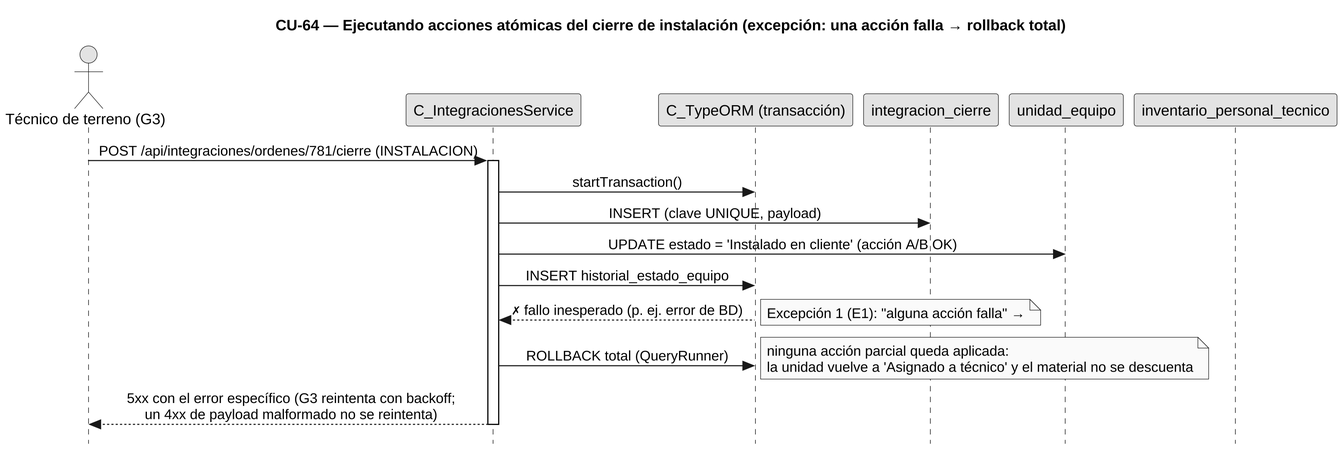
Earlier version of the PlantUML export diagramas/diagramas-secuencia/CU64/CU64-exc-fallo-accion.png (FSM-Finet-y-Cable-Magico/Team_1-Inventario-y-Bodega). Its diagram source:
```plantuml
@startuml CU64-exc-fallo-accion
skinparamlocked dpi 240
skinparamlocked defaultFontName Liberation Sans
skinparam sequenceDividerBorderThickness 0.6
skinparam sequenceDividerBorderColor 888888
skinparam sequenceDividerBackgroundColor white
skinparam sequenceDividerFontStyle italic
skinparam sequenceDividerFontColor 444444
skinparam sequenceDividerShadowing false
title CU-64 — Ejecutando acciones atómicas del cierre de instalación (excepción: una acción falla → rollback total)
skinparam style strictuml
skinparam monochrome true
skinparam shadowing false
skinparam sequenceMessageAlign center
<style>
sequenceDiagram {
  participant {
    margin 30
  }
  actor {
    margin 12
  }
}
</style>
skinparam sequence {
  MessageAlign center
  LifeLineBorderColor black
}
hide footbox

actor "Técnico de terreno (G3)" as g3
participant "C_IntegracionesService" as svc
participant "C_TypeORM (transacción)" as orm
participant "integracion_cierre" as cierre
participant "unidad_equipo" as uni
participant "inventario_personal_tecnico" as inv

g3 -> svc : POST /api/integraciones/ordenes/781/cierre (INSTALACION)
activate svc
svc -> orm : startTransaction()
svc -> cierre : INSERT (clave UNIQUE, payload)
svc -> uni : UPDATE estado = 'Instalado en cliente' (acción A/B OK)
svc -> orm : INSERT historial_estado_equipo
orm --> svc : <font:DejaVu Sans Mono>✗</font> fallo inesperado (p. ej. error de BD)
note right : Excepción 1 (E1): "alguna acción falla" →
svc -> orm : ROLLBACK total (QueryRunner)
note right : ninguna acción parcial queda aplicada:\nla unidad vuelve a 'Asignado a técnico' y el material no se descuenta
svc --> g3 : 5xx con el error específico (G3 reintenta con backoff;\nun 4xx de payload malformado no se reintenta)
deactivate svc
@enduml
```
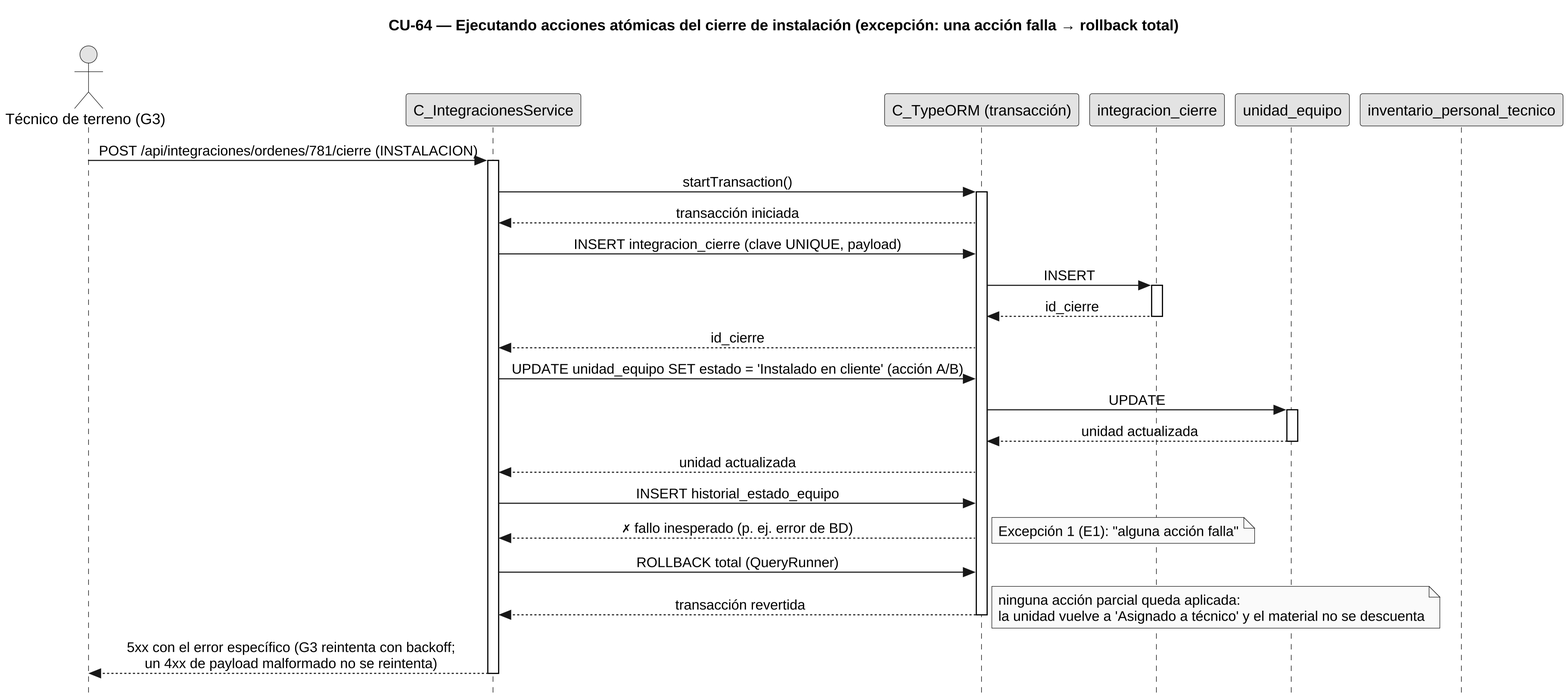
Above is the later version.

What changed in the source:
```diff
@@ -38,12 +38,26 @@
 g3 -> svc : POST /api/integraciones/ordenes/781/cierre (INSTALACION)
 activate svc
 svc -> orm : startTransaction()
-svc -> cierre : INSERT (clave UNIQUE, payload)
-svc -> uni : UPDATE estado = 'Instalado en cliente' (acción A/B OK)
+activate orm
+orm --> svc : transacción iniciada
+svc -> orm : INSERT integracion_cierre (clave UNIQUE, payload)
+orm -> cierre : INSERT
+activate cierre
+cierre --> orm : id_cierre
+deactivate cierre
+orm --> svc : id_cierre
+svc -> orm : UPDATE unidad_equipo SET estado = 'Instalado en cliente' (acción A/B)
+orm -> uni : UPDATE
+activate uni
+uni --> orm : unidad actualizada
+deactivate uni
+orm --> svc : unidad actualizada
 svc -> orm : INSERT historial_estado_equipo
 orm --> svc : <font:DejaVu Sans Mono>✗</font> fallo inesperado (p. ej. error de BD)
-note right : Excepción 1 (E1): "alguna acción falla" →
+note right : Excepción 1 (E1): "alguna acción falla"
 svc -> orm : ROLLBACK total (QueryRunner)
+orm --> svc : transacción revertida
+deactivate orm
 note right : ninguna acción parcial queda aplicada:\nla unidad vuelve a 'Asignado a técnico' y el material no se descuenta
 svc --> g3 : 5xx con el error específico (G3 reintenta con backoff;\nun 4xx de payload malformado no se reintenta)
 deactivate svc
```
